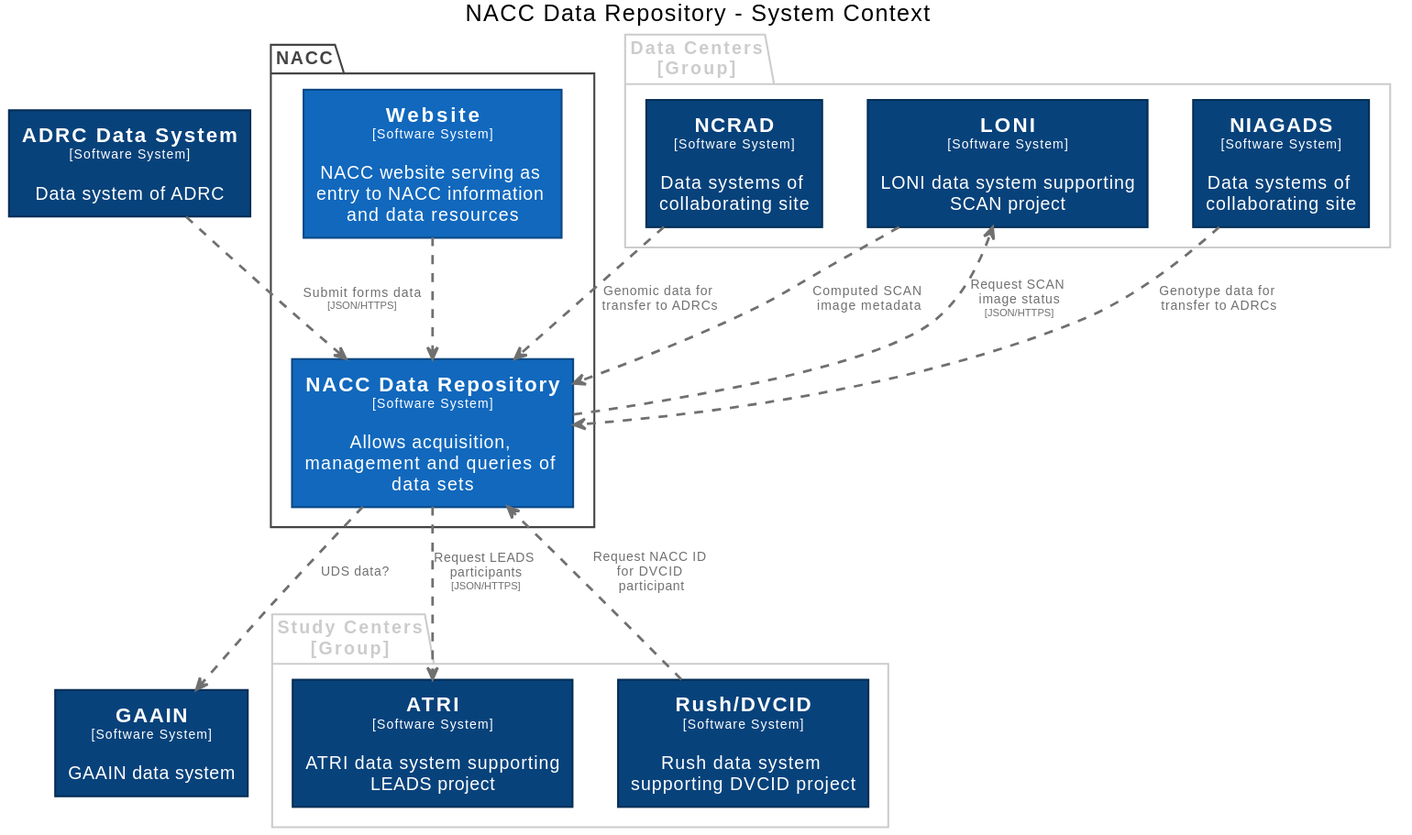
Earlier version of the PlantUML export docs/images/structurizr-RepositoryContext.svg (naccdata/system-design).
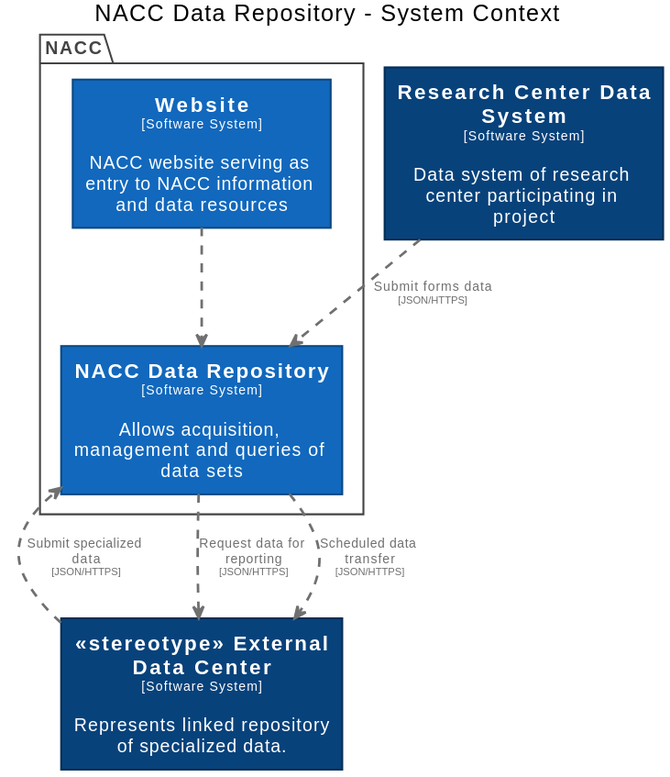
Above is the later version.

What changed in the source:
```diff
@@ -13,22 +13,7 @@
 
 hide stereotype
 
-skinparam rectangle<<ADRCDataSystem>> {
-  BackgroundColor #08427b
-  FontColor #ffffff
-  BorderColor #052e56
-}
-skinparam rectangle<<ATRI>> {
-  BackgroundColor #08427b
-  FontColor #ffffff
-  BorderColor #052e56
-}
-skinparam rectangle<<GAAIN>> {
-  BackgroundColor #08427b
-  FontColor #ffffff
-  BorderColor #052e56
-}
-skinparam rectangle<<LONI>> {
+skinparam rectangle<<stereotypeExternalDataCenter>> {
   BackgroundColor #08427b
   FontColor #ffffff
   BorderColor #052e56
@@ -38,17 +23,7 @@
   FontColor #ffffff
   BorderColor #0b4884
 }
-skinparam rectangle<<NCRAD>> {
-  BackgroundColor #08427b
-  FontColor #ffffff
-  BorderColor #052e56
-}
-skinparam rectangle<<NIAGADS>> {
-  BackgroundColor #08427b
-  FontColor #ffffff
-  BorderColor #052e56
-}
-skinparam rectangle<<RushDVCID>> {
+skinparam rectangle<<ResearchCenterDataSystem>> {
   BackgroundColor #08427b
   FontColor #ffffff
   BorderColor #052e56
@@ -67,33 +42,12 @@
   rectangle "==Website\n<size:10>[Software System]</size>\n\nNACC website serving as entry to NACC information and data resources" <<Website>> as Website
 }
 
-package "Data Centers\n[Group]" <<group>> {
-  skinparam PackageBorderColor<<group>> #cccccc
-  skinparam PackageFontColor<<group>> #cccccc
+rectangle "==<<stereotype>> External Data Center\n<size:10>[Software System]</size>\n\nRepresents linked repository of specialized data." <<stereotypeExternalDataCenter>> as stereotypeExternalDataCenter
+rectangle "==Research Center Data System\n<size:10>[Software System]</size>\n\nData system of research center participating in project" <<ResearchCenterDataSystem>> as ResearchCenterDataSystem
 
-  rectangle "==NCRAD\n<size:10>[Software System]</size>\n\nData systems of collaborating site" <<NCRAD>> as NCRAD
-  rectangle "==NIAGADS\n<size:10>[Software System]</size>\n\nData systems of collaborating site" <<NIAGADS>> as NIAGADS
-  rectangle "==LONI\n<size:10>[Software System]</size>\n\nLONI data system supporting SCAN project" <<LONI>> as LONI
-}
-
-package "Study Centers\n[Group]" <<group>> {
-  skinparam PackageBorderColor<<group>> #cccccc
-  skinparam PackageFontColor<<group>> #cccccc
-
-  rectangle "==ATRI\n<size:10>[Software System]</size>\n\nATRI data system supporting LEADS project" <<ATRI>> as ATRI
-  rectangle "==Rush/DVCID\n<size:10>[Software System]</size>\n\nRush data system supporting DVCID project" <<RushDVCID>> as RushDVCID
-}
-
-rectangle "==ADRC Data System\n<size:10>[Software System]</size>\n\nData system of ADRC" <<ADRCDataSystem>> as ADRCDataSystem
-rectangle "==GAAIN\n<size:10>[Software System]</size>\n\nGAAIN data system" <<GAAIN>> as GAAIN
-
-ADRCDataSystem .[#707070,thickness=2].> NACCDataRepository : "<color:#707070>Submit forms data\n<color:#707070><size:8>[JSON/HTTPS]</size>"
-NCRAD .[#707070,thickness=2].> NACCDataRepository : "<color:#707070>Genomic data for transfer to ADRCs"
-NIAGADS .[#707070,thickness=2].> NACCDataRepository : "<color:#707070>Genotype data for transfer to ADRCs"
-LONI .[#707070,thickness=2].> NACCDataRepository : "<color:#707070>Computed SCAN image metadata"
-NACCDataRepository .[#707070,thickness=2].> LONI : "<color:#707070>Request SCAN image status\n<color:#707070><size:8>[JSON/HTTPS]</size>"
-NACCDataRepository .[#707070,thickness=2].> ATRI : "<color:#707070>Request LEADS participants\n<color:#707070><size:8>[JSON/HTTPS]</size>"
-RushDVCID .[#707070,thickness=2].> NACCDataRepository : "<color:#707070>Request NACC ID for DVCID participant"
-NACCDataRepository .[#707070,thickness=2].> GAAIN : "<color:#707070>UDS data?"
+stereotypeExternalDataCenter .[#707070,thickness=2].> NACCDataRepository : "<color:#707070>Submit specialized data\n<color:#707070><size:8>[JSON/HTTPS]</size>"
+NACCDataRepository .[#707070,thickness=2].> stereotypeExternalDataCenter : "<color:#707070>Request data for reporting\n<color:#707070><size:8>[JSON/HTTPS]</size>"
+NACCDataRepository .[#707070,thickness=2].> stereotypeExternalDataCenter : "<color:#707070>Scheduled data transfer\n<color:#707070><size:8>[JSON/HTTPS]</size>"
+ResearchCenterDataSystem .[#707070,thickness=2].> NACCDataRepository : "<color:#707070>Submit forms data\n<color:#707070><size:8>[JSON/HTTPS]</size>"
 Website .[#707070,thickness=2].> NACCDataRepository : "<color:#707070>"
 @enduml
```
